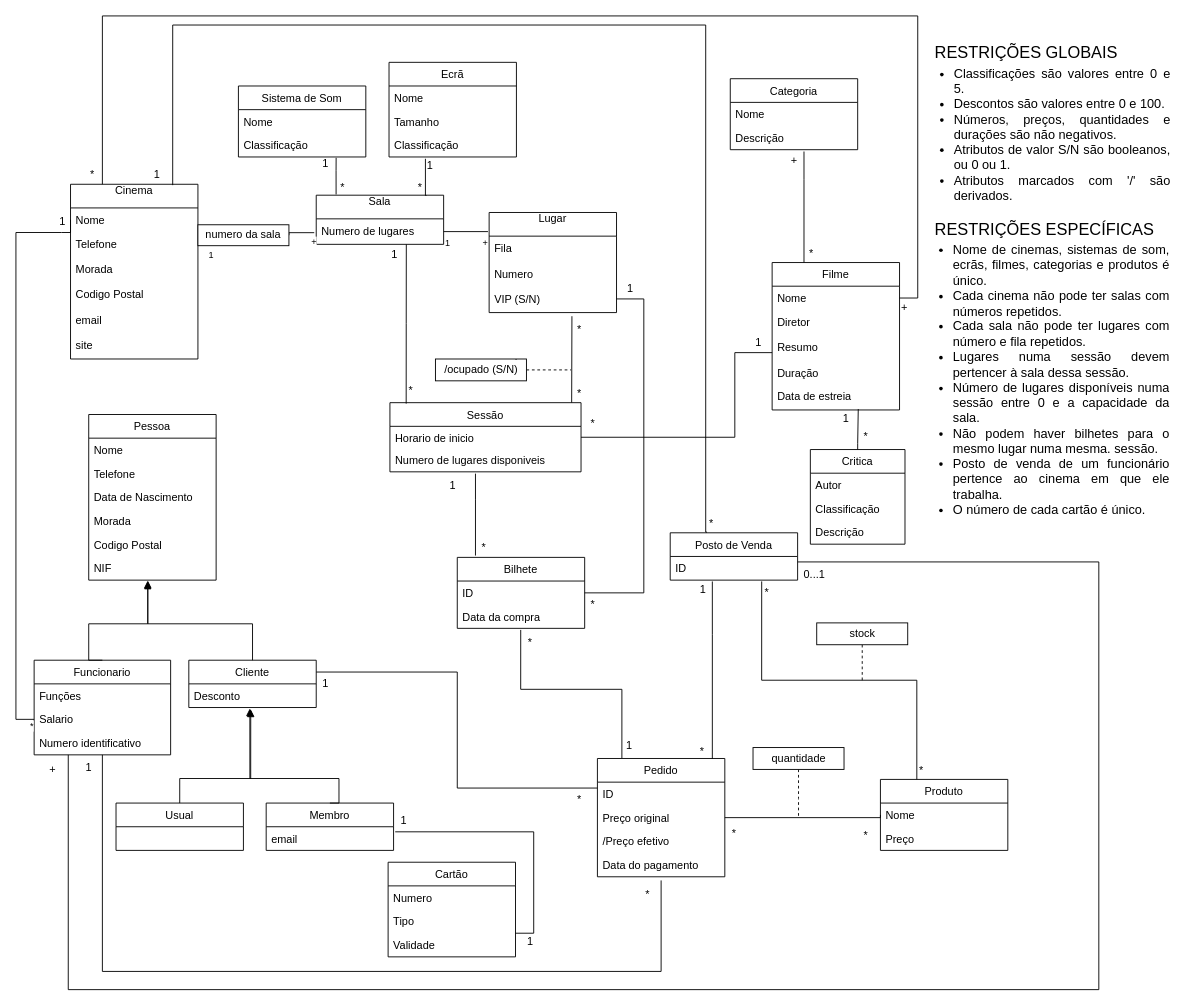
This is UML.drawio from GambuzX/Movie-Theater-DB, a draw.io file, before an edit. Source tidied: cells renumbered, new cells numbered last; positions are measured from the earlier drawing's top-left corner, leaving out a move shared by most shapes. Both pictures are drawn from the tidied source at 91%, with x=0, y=0 at pixel (15, 15).
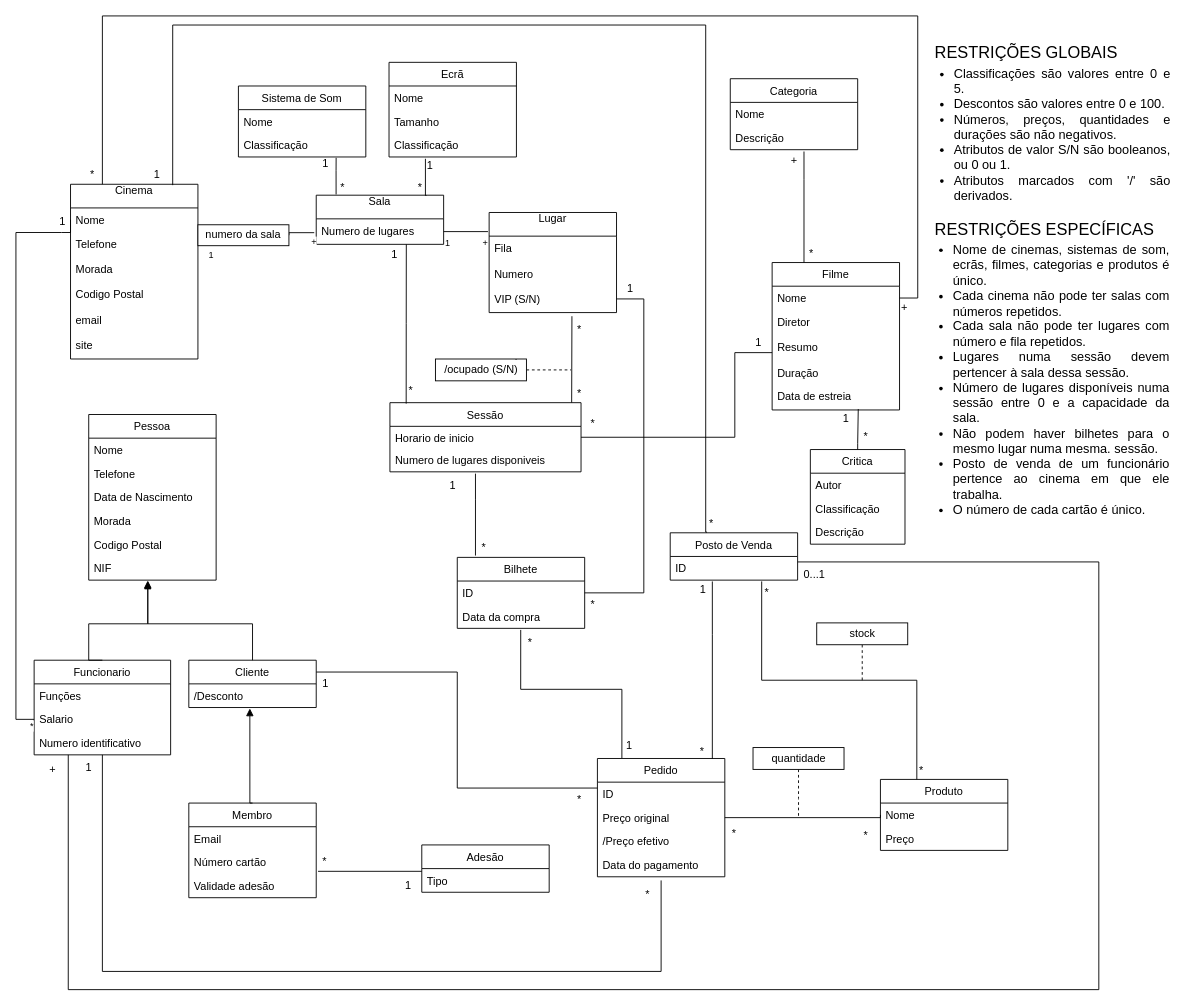
Above is the later version.

Commit message:
Restructured UML

The change refers to these unchanged cells:
```xml
<mxCell id="39" value="Cliente" style="swimlane;fontStyle=0;horizontal=1;startSize=26;fillColor=none;" parent="1" vertex="1">
  <mxGeometry x="190" y="708" width="140" height="52" as="geometry" />
</mxCell>
```

Diff of the diagram source:
```diff
@@
-    <mxCell id="40" value="Desconto" style="text;strokeColor=none;fillColor=none;align=left;verticalAlign=top;spacingLeft=4;spacingRight=4;overflow=hidden;points=[[0,0.5],[1,0.5]];portConstraint=eastwest;" parent="39" vertex="1">
+    <mxCell id="40" value="/Desconto" style="text;strokeColor=none;fillColor=none;align=left;verticalAlign=top;spacingLeft=4;spacingRight=4;overflow=hidden;points=[[0,0.5],[1,0.5]];portConstraint=eastwest;" parent="39" vertex="1">
       <mxGeometry y="26" width="140" height="26" as="geometry" />
     </mxCell>
@@
-    <mxCell id="46" style="edgeStyle=orthogonalEdgeStyle;rounded=0;jettySize=auto;html=1;exitX=0.5;exitY=0;exitDx=0;exitDy=0;startArrow=none;startFill=0;sourcePerimeterSpacing=-1;endArrow=block;endFill=1;targetPerimeterSpacing=0;entryX=0.486;entryY=1.077;entryDx=0;entryDy=0;entryPerimeter=0;" parent="1" edge="1" source="47" target="40">
-      <mxGeometry relative="1" as="geometry">
-        <Array as="points">
-          <mxPoint x="180" y="838" />
-          <mxPoint x="258" y="838" />
-        </Array>
-      </mxGeometry>
-    </mxCell>
-    <mxCell id="47" value="Usual" style="swimlane;fontStyle=0;horizontal=1;startSize=26;fillColor=none;" parent="1" vertex="1">
-      <mxGeometry x="110" y="865" width="140" height="52" as="geometry" />
-    </mxCell>
     <mxCell id="48" style="edgeStyle=orthogonalEdgeStyle;rounded=0;jettySize=auto;html=1;exitX=0.5;exitY=0;exitDx=0;exitDy=0;entryX=0.479;entryY=1.038;entryDx=0;entryDy=0;entryPerimeter=0;startArrow=none;startFill=0;sourcePerimeterSpacing=-1;endArrow=block;endFill=1;targetPerimeterSpacing=0;" parent="1" edge="1" source="49" target="40">
       <mxGeometry relative="1" as="geometry">
         <Array as="points">
-          <mxPoint x="355" y="865" />
-          <mxPoint x="355" y="838" />
-          <mxPoint x="257" y="838" />
+          <mxPoint x="257" y="865" />
         </Array>
       </mxGeometry>
     </mxCell>
     <mxCell id="49" value="Membro" style="swimlane;fontStyle=0;horizontal=1;startSize=26;fillColor=none;" parent="1" vertex="1">
-      <mxGeometry x="275" y="865" width="140" height="52" as="geometry" />
+      <mxGeometry x="190" y="865" width="140" height="104" as="geometry" />
     </mxCell>
-    <mxCell id="50" value="email" style="text;strokeColor=none;fillColor=none;align=left;verticalAlign=top;spacingLeft=4;spacingRight=4;overflow=hidden;points=[[0,0.5],[1,0.5]];portConstraint=eastwest;" parent="49" vertex="1">
+    <mxCell id="50" value="Email&#10;" style="text;strokeColor=none;fillColor=none;align=left;verticalAlign=top;spacingLeft=4;spacingRight=4;overflow=hidden;points=[[0,0.5],[1,0.5]];portConstraint=eastwest;" parent="49" vertex="1">
       <mxGeometry y="26" width="140" height="26" as="geometry" />
     </mxCell>
+    <mxCell id="118" value="Número cartão&#10;" style="text;strokeColor=none;fillColor=none;align=left;verticalAlign=top;spacingLeft=4;spacingRight=4;overflow=hidden;" parent="49" vertex="1">
+      <mxGeometry y="52" width="140" height="26" as="geometry" />
+    </mxCell>
+    <mxCell id="120" value="Validade adesão&#10;" style="text;strokeColor=none;fillColor=none;align=left;verticalAlign=top;spacingLeft=4;spacingRight=4;overflow=hidden;" parent="49" vertex="1">
+      <mxGeometry y="78" width="140" height="26" as="geometry" />
+    </mxCell>
@@
-    <mxCell id="117" value="Cartão" style="swimlane;fontStyle=0;horizontal=1;startSize=26;fillColor=none;" parent="1" vertex="1">
-      <mxGeometry x="409" y="930" width="140" height="104" as="geometry" />
+    <mxCell id="117" value="Adesão" style="swimlane;fontStyle=0;horizontal=1;startSize=26;fillColor=none;" parent="1" vertex="1">
+      <mxGeometry x="446" y="911" width="140" height="52" as="geometry" />
     </mxCell>
-    <mxCell id="118" value="Numero&#10;" style="text;strokeColor=none;fillColor=none;align=left;verticalAlign=top;spacingLeft=4;spacingRight=4;overflow=hidden;" parent="117" vertex="1">
-      <mxGeometry y="26" width="140" height="26" as="geometry" />
-    </mxCell>
     <mxCell id="119" value="Tipo" style="text;strokeColor=none;fillColor=none;align=left;verticalAlign=top;spacingLeft=4;spacingRight=4;overflow=hidden;" parent="117" vertex="1">
-      <mxGeometry y="52" width="140" height="26" as="geometry" />
+      <mxGeometry y="26" width="140" height="26" as="geometry" />
     </mxCell>
-    <mxCell id="120" value="Validade" style="text;strokeColor=none;fillColor=none;align=left;verticalAlign=top;spacingLeft=4;spacingRight=4;overflow=hidden;" parent="117" vertex="1">
-      <mxGeometry y="78" width="140" height="26" as="geometry" />
-    </mxCell>
-    <mxCell id="121" style="edgeStyle=orthogonalEdgeStyle;rounded=0;jettySize=auto;html=1;exitX=1;exitY=0.75;exitDx=0;exitDy=0;endArrow=none;endFill=0;entryX=1.013;entryY=0.215;entryDx=0;entryDy=0;entryPerimeter=0;" parent="1" edge="1" source="117" target="50">
-      <mxGeometry relative="1" as="geometry" />
+    <mxCell id="121" style="edgeStyle=orthogonalEdgeStyle;rounded=0;orthogonalLoop=1;jettySize=auto;html=1;endArrow=none;endFill=0;" parent="1" edge="1">
+      <mxGeometry relative="1" as="geometry">
+        <mxPoint x="446" y="940" as="sourcePoint" />
+        <mxPoint x="332" y="940" as="targetPoint" />
+        <Array as="points">
+          <mxPoint x="446" y="940" />
+          <mxPoint x="332" y="940" />
+        </Array>
+      </mxGeometry>
     </mxCell>
     <mxCell id="122" value="1" style="text;html=1;align=left;verticalAlign=top;spacingTop=-4;" parent="1" vertex="1">
-      <mxGeometry x="560" y="1008" width="20" height="20" as="geometry" />
+      <mxGeometry x="426" y="946" width="20" height="20" as="geometry" />
     </mxCell>
-    <mxCell id="123" value="1" style="text;html=1;align=left;verticalAlign=top;spacingTop=-4;" parent="1" vertex="1">
-      <mxGeometry x="421" y="874" width="20" height="20" as="geometry" />
+    <mxCell id="123" value="*" style="text;html=1;align=left;verticalAlign=top;spacingTop=-4;" parent="1" vertex="1">
+      <mxGeometry x="334.5" y="920" width="20" height="10" as="geometry" />
     </mxCell>
```
